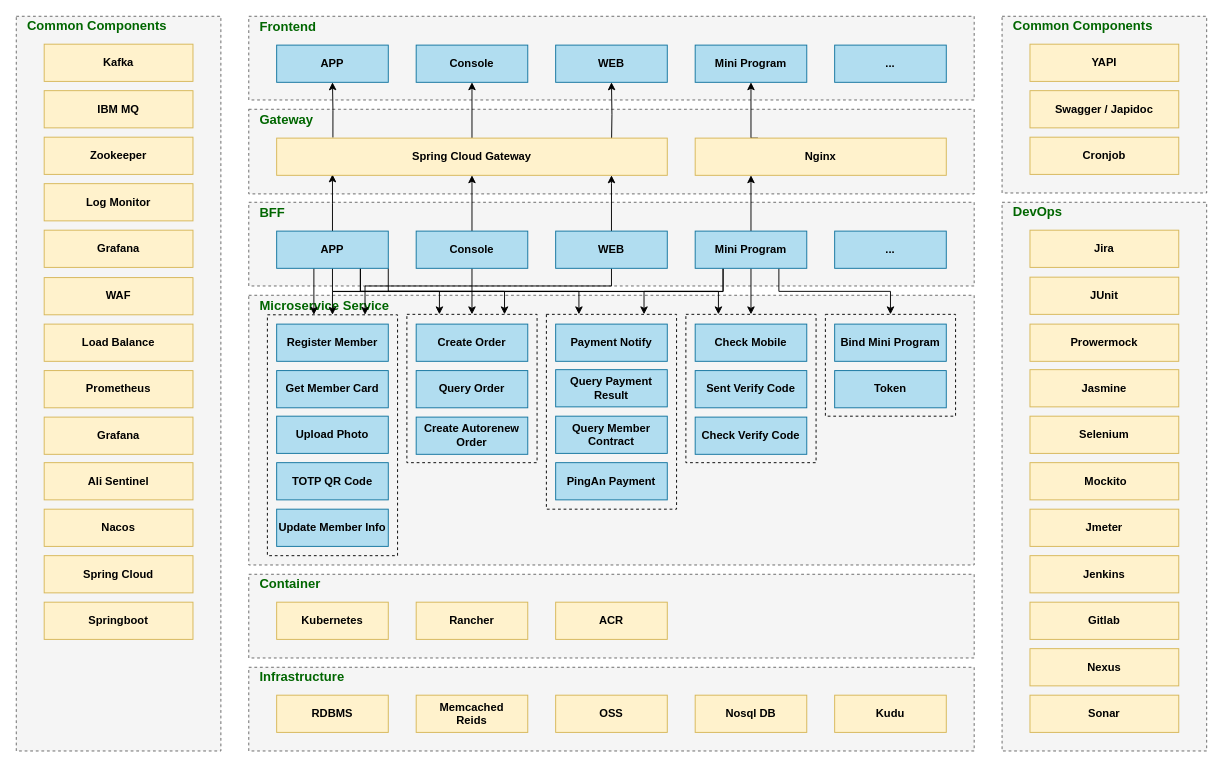
Before: microservice.drawio in luss613/draw.io, a draw.io diagram. Source tidied: cells renumbered, new cells numbered last; positions are measured from the earlier drawing's top-left corner, leaving out a move shared by most shapes. Both pictures are drawn from the tidied source at 93%, with x=0, y=0 at pixel (16, 16).
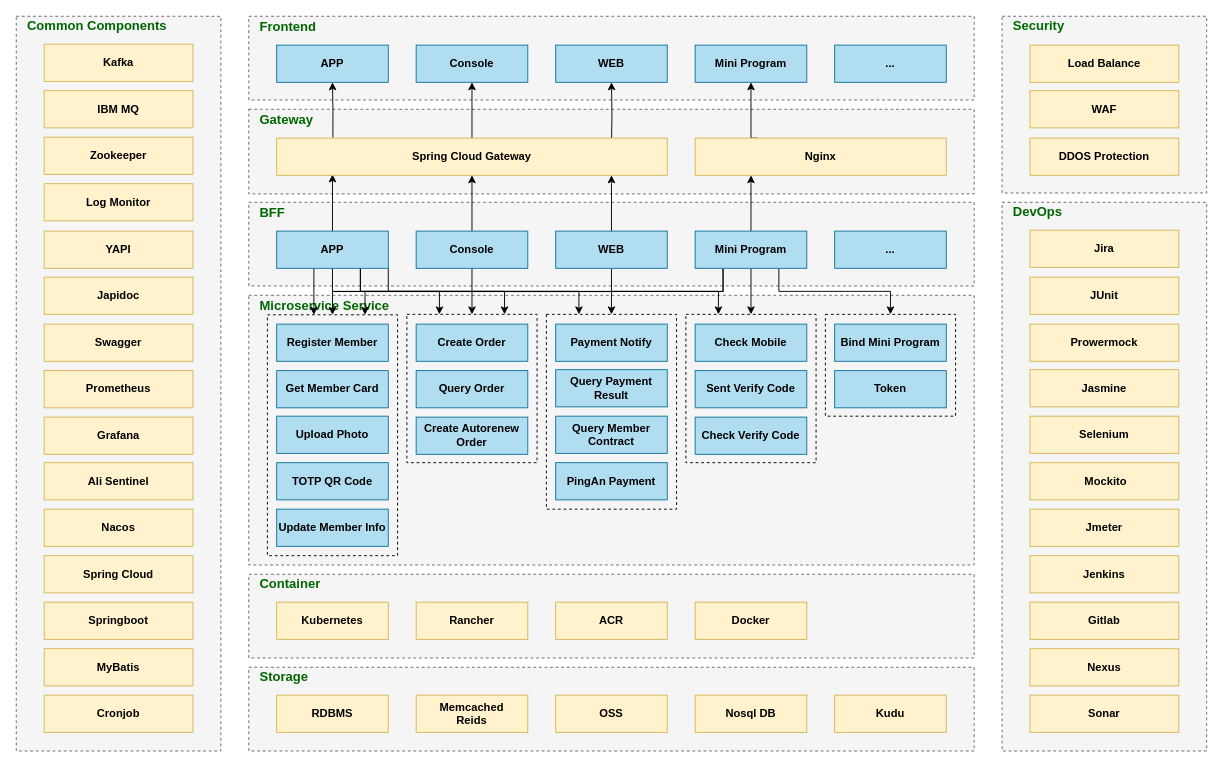
After the change.

The change refers to these unchanged cells:
```xml
<mxCell id="43" value="WEB" style="rounded=0;whiteSpace=wrap;html=1;fillColor=#b1ddf0;strokeColor=#10739e;fontStyle=1;" parent="1" vertex="1">
  <mxGeometry x="580" y="231" width="120" height="40" as="geometry" />
</mxCell>
<mxCell id="49" value="Mini Program" style="rounded=0;whiteSpace=wrap;html=1;fillColor=#b1ddf0;strokeColor=#10739e;fontStyle=1;" parent="1" vertex="1">
  <mxGeometry x="730" y="231" width="120" height="40" as="geometry" />
</mxCell>
<mxCell id="55" value="Spring Cloud Gateway" style="rounded=0;whiteSpace=wrap;html=1;fillColor=#fff2cc;strokeColor=#d6b656;fontStyle=1;" parent="1" vertex="1">
  <mxGeometry x="280" y="131" width="420" height="40" as="geometry" />
</mxCell>
<mxCell id="100" style="rounded=0;whiteSpace=wrap;html=1;fillColor=none;dashed=1;" parent="1" vertex="1">
  <mxGeometry x="270" y="321" width="140" height="259" as="geometry" />
</mxCell>
<mxCell id="102" style="rounded=0;whiteSpace=wrap;html=1;fillColor=none;dashed=1;" parent="1" vertex="1">
  <mxGeometry x="570" y="320.5" width="140" height="209.5" as="geometry" />
</mxCell>
```

What changed in the source:
```diff
@@
     <mxCell id="12" value="WAF" style="rounded=0;whiteSpace=wrap;html=1;fillColor=#fff2cc;strokeColor=#d6b656;fontStyle=1;" parent="1" vertex="1">
-      <mxGeometry x="30" y="281" width="160" height="40" as="geometry" />
+      <mxGeometry x="1090" y="80" width="160" height="40" as="geometry" />
     </mxCell>
     <mxCell id="13" value="Load Balance" style="rounded=0;whiteSpace=wrap;html=1;fillColor=#fff2cc;strokeColor=#d6b656;fontStyle=1;" parent="1" vertex="1">
-      <mxGeometry x="30" y="331" width="160" height="40" as="geometry" />
+      <mxGeometry x="1090" y="31" width="160" height="40" as="geometry" />
     </mxCell>
-    <mxCell id="14" value="Infrastructure" style="text;html=1;strokeColor=none;fillColor=none;align=left;verticalAlign=middle;whiteSpace=wrap;rounded=0;dashed=1;textDirection=ltr;fontStyle=1;fontSize=14;fontColor=#006600;" parent="1" vertex="1">
+    <mxCell id="14" value="Storage" style="text;html=1;strokeColor=none;fillColor=none;align=left;verticalAlign=middle;whiteSpace=wrap;rounded=0;dashed=1;textDirection=ltr;fontStyle=1;fontSize=14;fontColor=#006600;" parent="1" vertex="1">
       <mxGeometry x="260" y="700" width="100" height="20" as="geometry" />
     </mxCell>
@@
+    <mxCell id="42" style="edgeStyle=orthogonalEdgeStyle;rounded=0;jettySize=auto;html=1;" parent="1" edge="1" source="43" target="55">
+      <mxGeometry relative="1" as="geometry">
+        <Array as="points">
+          <mxPoint x="640" y="180" />
+          <mxPoint x="640" y="180" />
+        </Array>
+      </mxGeometry>
+    </mxCell>
-    <mxCell id="41" style="edgeStyle=orthogonalEdgeStyle;rounded=0;jettySize=auto;html=1;entryX=0.75;entryY=0;entryDx=0;entryDy=0;" parent="1" edge="1" source="43" target="100">
-      <mxGeometry relative="1" as="geometry">
-        <Array as="points">
-          <mxPoint x="640" y="290" />
-          <mxPoint x="375" y="290" />
-        </Array>
-      </mxGeometry>
+    <mxCell id="41" style="edgeStyle=orthogonalEdgeStyle;rounded=0;jettySize=auto;html=1;exitX=0.5;exitY=1;exitDx=0;exitDy=0;entryX=0.75;entryY=0;entryDx=0;entryDy=0;" parent="1" edge="1" source="43" target="100">
+      <mxGeometry relative="1" as="geometry" />
     </mxCell>
-    <mxCell id="42" style="edgeStyle=orthogonalEdgeStyle;rounded=0;jettySize=auto;html=1;" parent="1" edge="1" source="43" target="55">
-      <mxGeometry relative="1" as="geometry">
-        <Array as="points">
-          <mxPoint x="640" y="180" />
-          <mxPoint x="640" y="180" />
-        </Array>
-      </mxGeometry>
-    </mxCell>
@@
-    <mxCell id="47" style="edgeStyle=orthogonalEdgeStyle;rounded=0;jettySize=auto;html=1;exitX=0.25;exitY=1;exitDx=0;exitDy=0;entryX=0.75;entryY=0;entryDx=0;entryDy=0;" parent="1" edge="1" source="49" target="102">
+    <mxCell id="47" style="edgeStyle=orthogonalEdgeStyle;rounded=0;jettySize=auto;html=1;exitX=0.25;exitY=1;exitDx=0;exitDy=0;entryX=0.5;entryY=0;entryDx=0;entryDy=0;" parent="1" edge="1" source="49" target="102">
       <mxGeometry relative="1" as="geometry" />
     </mxCell>
@@
     <mxCell id="65" value="YAPI" style="rounded=0;whiteSpace=wrap;html=1;fillColor=#fff2cc;strokeColor=#d6b656;fontStyle=1;" parent="1" vertex="1">
-      <mxGeometry x="1090" y="30" width="160" height="40" as="geometry" />
+      <mxGeometry x="30" y="231" width="160" height="40" as="geometry" />
     </mxCell>
-    <mxCell id="66" value="Swagger / Japidoc" style="rounded=0;whiteSpace=wrap;html=1;fillColor=#fff2cc;strokeColor=#d6b656;fontStyle=1;" parent="1" vertex="1">
-      <mxGeometry x="1090" y="80" width="160" height="40" as="geometry" />
+    <mxCell id="66" value="Japidoc" style="rounded=0;whiteSpace=wrap;html=1;fillColor=#fff2cc;strokeColor=#d6b656;fontStyle=1;" parent="1" vertex="1">
+      <mxGeometry x="30" y="280.5" width="160" height="40" as="geometry" />
     </mxCell>
     <mxCell id="67" value="Cronjob" style="rounded=0;whiteSpace=wrap;html=1;fillColor=#fff2cc;strokeColor=#d6b656;fontStyle=1;" parent="1" vertex="1">
-      <mxGeometry x="1090" y="130" width="160" height="40" as="geometry" />
+      <mxGeometry x="30" y="730" width="160" height="40" as="geometry" />
     </mxCell>
@@
-    <mxCell id="70" value="Common Components" style="text;html=1;strokeColor=none;fillColor=none;align=left;verticalAlign=middle;whiteSpace=wrap;rounded=0;dashed=1;textDirection=ltr;fontStyle=1;fontSize=14;fontColor=#006600;" parent="1" vertex="1">
+    <mxCell id="70" value="Security" style="text;html=1;strokeColor=none;fillColor=none;align=left;verticalAlign=middle;whiteSpace=wrap;rounded=0;dashed=1;textDirection=ltr;fontStyle=1;fontSize=14;fontColor=#006600;" parent="1" vertex="1">
       <mxGeometry x="1070" width="170" height="20" as="geometry" />
     </mxCell>
@@
-    <mxCell id="86" value="Grafana" style="rounded=0;whiteSpace=wrap;html=1;fillColor=#fff2cc;strokeColor=#d6b656;fontStyle=1;" parent="1" vertex="1">
-      <mxGeometry x="30" y="230" width="160" height="40" as="geometry" />
-    </mxCell>
@@
+    <mxCell id="108" value="DDOS Protection" style="rounded=0;whiteSpace=wrap;html=1;fillColor=#fff2cc;strokeColor=#d6b656;fontStyle=1;" parent="1" vertex="1">
+      <mxGeometry x="1090" y="131" width="160" height="40" as="geometry" />
+    </mxCell>
+    <mxCell id="109" value="Swagger" style="rounded=0;whiteSpace=wrap;html=1;fillColor=#fff2cc;strokeColor=#d6b656;fontStyle=1;" parent="1" vertex="1">
+      <mxGeometry x="30" y="331" width="160" height="40" as="geometry" />
+    </mxCell>
+    <mxCell id="110" value="MyBatis" style="rounded=0;whiteSpace=wrap;html=1;fillColor=#fff2cc;strokeColor=#d6b656;fontStyle=1;" parent="1" vertex="1">
+      <mxGeometry x="30" y="680" width="160" height="40" as="geometry" />
+    </mxCell>
+    <mxCell id="111" value="Docker" style="rounded=0;whiteSpace=wrap;html=1;fillColor=#fff2cc;strokeColor=#d6b656;fontStyle=1;" parent="1" vertex="1">
+      <mxGeometry x="730" y="630" width="120" height="40" as="geometry" />
+    </mxCell>
```
